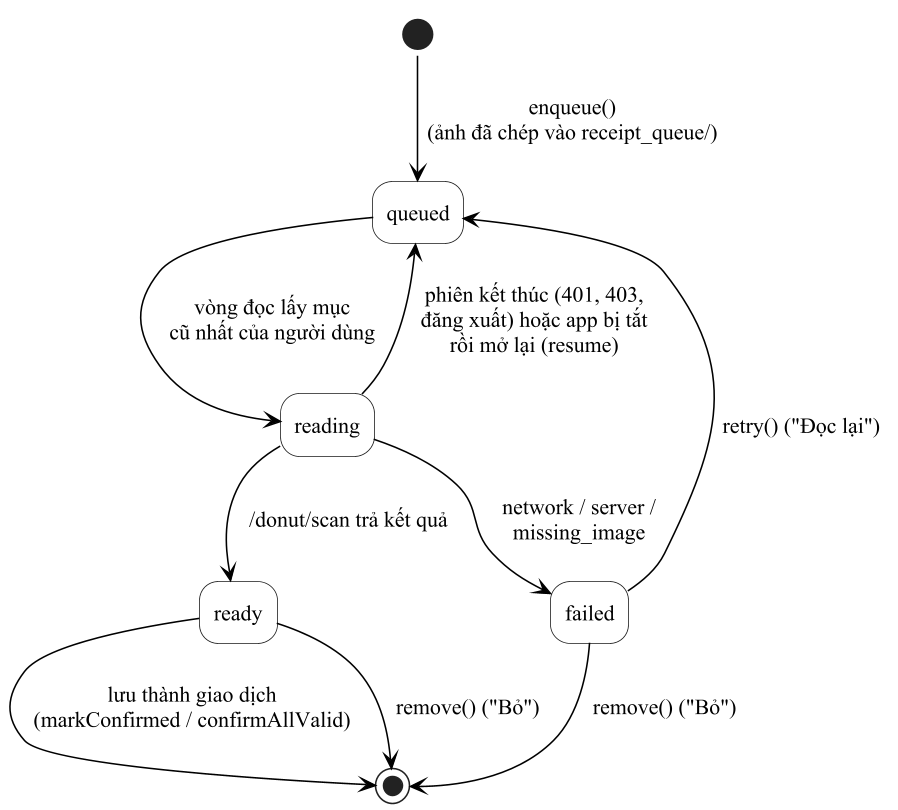
Before: docs/thesis/diagrams/ch3_hang_doi_trang_thai.png, a diagram exported from PlantUML (TriPhan15/donutpay-monorepo). The source it was exported from:
```plantuml
@startuml ch3_hang_doi_trang_thai
!include _style.iuml
!pragma layout smetana
skinparam defaultFontSize 14
skinparam StateBackgroundColor white
hide empty description
[*] --> queued : enqueue()\n(ảnh đã chép vào receipt_queue/)
queued --> reading : vòng đọc lấy mục\ncũ nhất của người dùng
reading --> ready : /donut/scan trả kết quả
reading --> failed : network / server /\nmissing_image
reading --> queued : phiên kết thúc (401, 403,\nđăng xuất) hoặc app bị tắt\nrồi mở lại (resume)
failed --> queued : retry() ("Đọc lại")
ready --> [*] : lưu thành giao dịch\n(markConfirmed / confirmAllValid)
ready --> [*] : remove() ("Bỏ")
failed --> [*] : remove() ("Bỏ")
@enduml
```
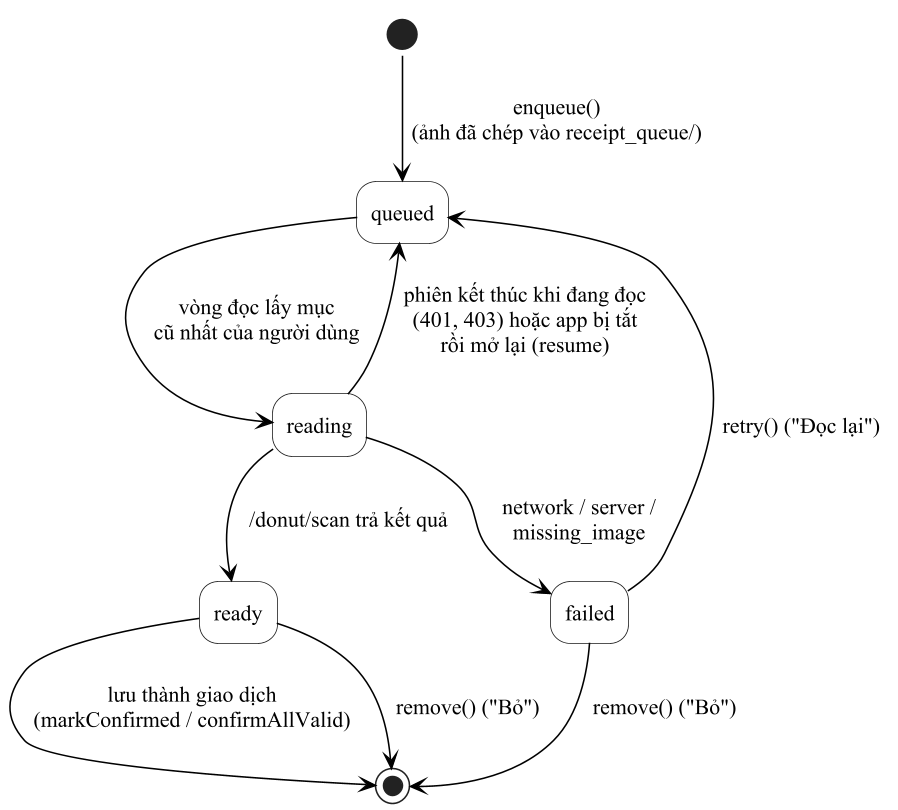
After the commit.

The edit, as a diff of the source:
```diff
@@ -8,7 +8,7 @@
 queued --> reading : vòng đọc lấy mục\ncũ nhất của người dùng
 reading --> ready : /donut/scan trả kết quả
 reading --> failed : network / server /\nmissing_image
-reading --> queued : phiên kết thúc (401, 403,\nđăng xuất) hoặc app bị tắt\nrồi mở lại (resume)
+reading --> queued : phiên kết thúc khi đang đọc\n(401, 403) hoặc app bị tắt\nrồi mở lại (resume)
 failed --> queued : retry() ("Đọc lại")
 ready --> [*] : lưu thành giao dịch\n(markConfirmed / confirmAllValid)
 ready --> [*] : remove() ("Bỏ")
```
